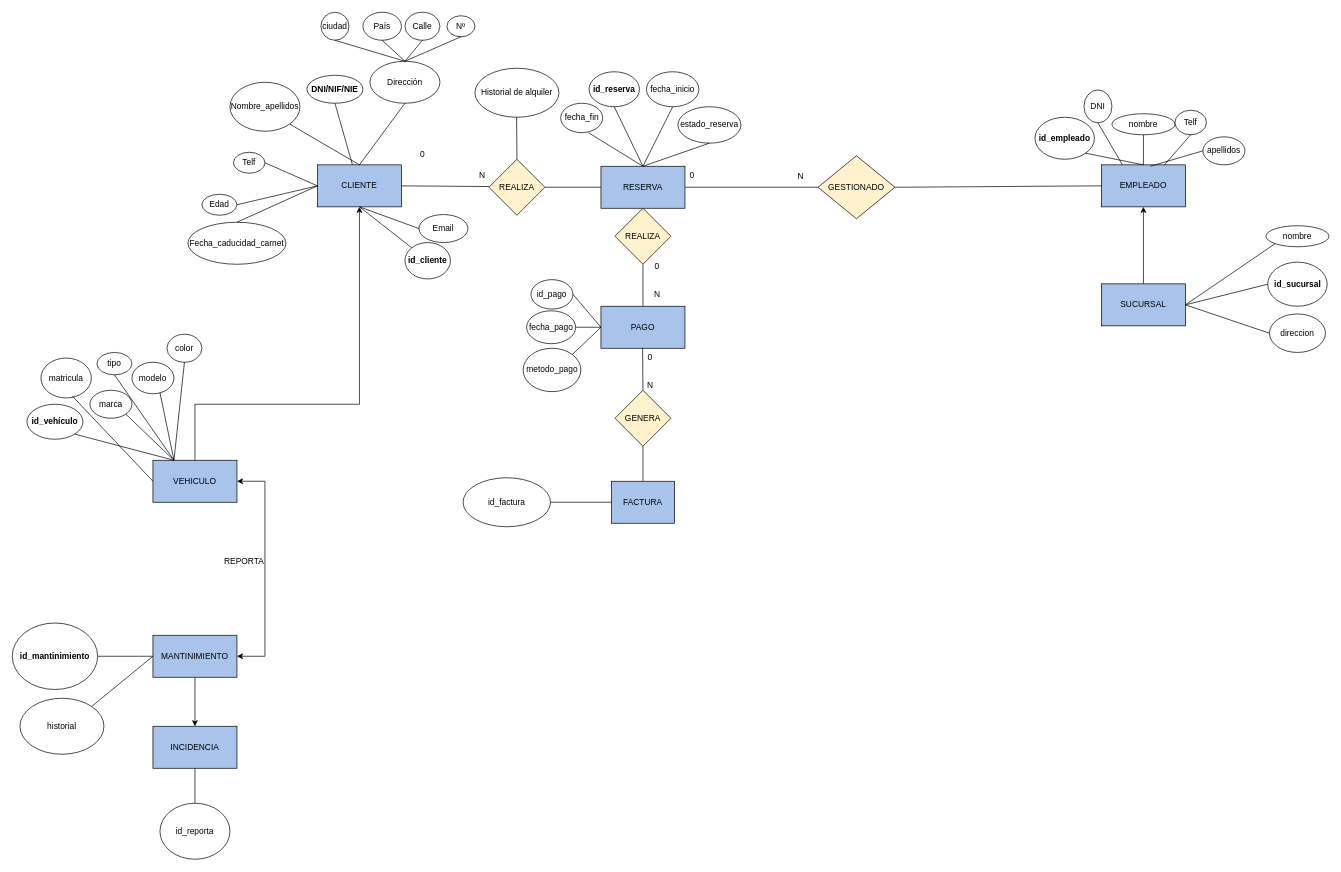
davidvn12/ProyectoBBDD_DAVID keeps this draw.io diagram as Proyecto bases de datos.drawio. Above is the earlier version. Source tidied: cells renumbered, new cells numbered last; positions are measured from the earlier drawing's top-left corner, leaving out a move shared by most shapes. Both pictures are drawn from the tidied source at 70%, with x=0, y=0 at pixel (12, 12).
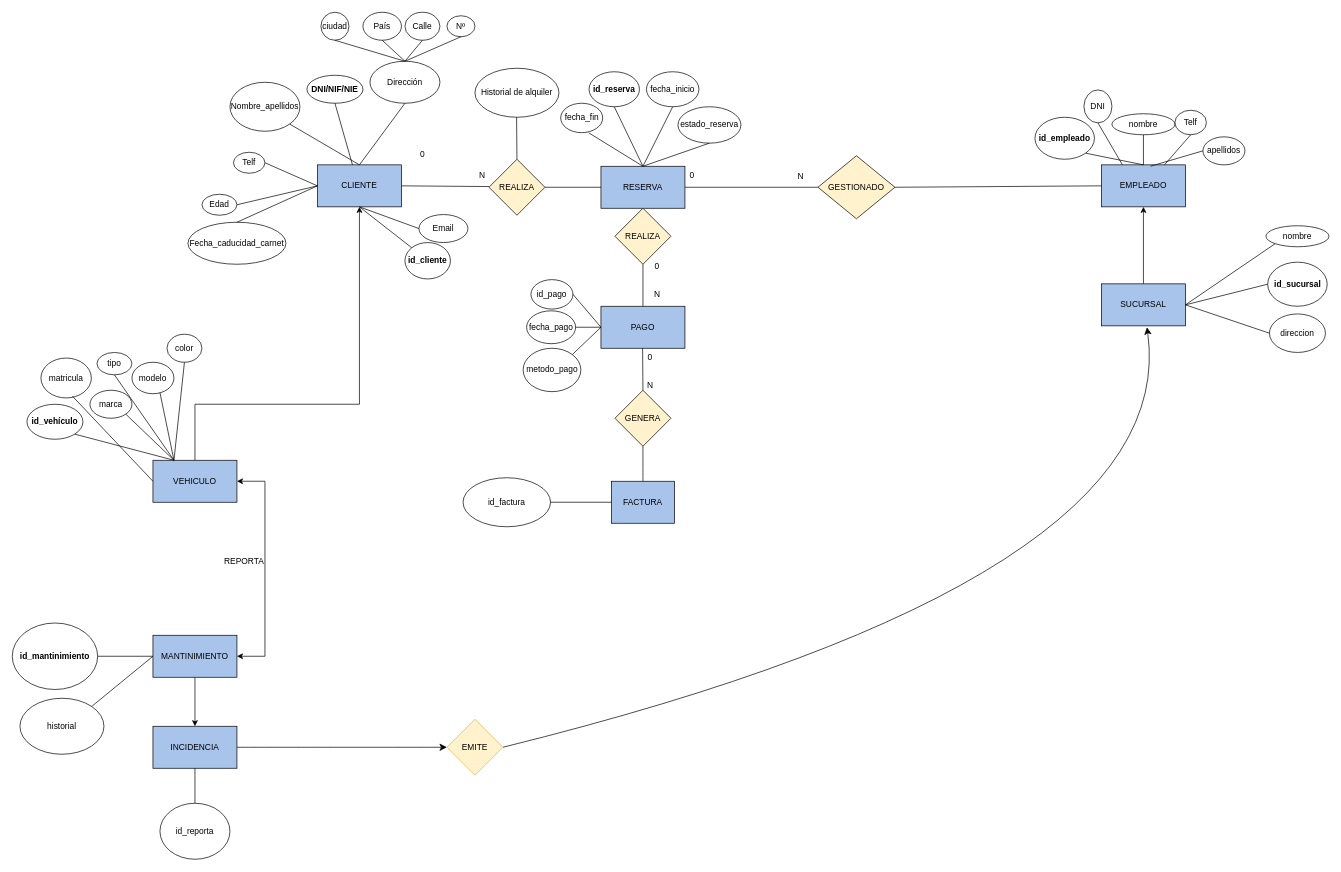
After the change.

Commit message:
Acabado el diagrama del modelo conceptual

Unchanged cells that the change refers to:
```xml
<mxCell id="87" value="INCIDENCIA" style="rounded=0;whiteSpace=wrap;html=1;fillColor=#A9C4EB;" parent="1" vertex="1">
  <mxGeometry x="201" y="1020" width="120" height="60" as="geometry" />
</mxCell>
```

What changed in the source:
```diff
@@
+    <mxCell id="111" style="edgeStyle=none;curved=1;rounded=0;jettySize=auto;html=1;exitX=1;exitY=0.5;exitDx=0;exitDy=0;entryX=0;entryY=0.5;entryDx=0;entryDy=0;fontSize=12;startSize=8;endSize=8;" parent="1" edge="1" source="87" target="113">
+      <mxGeometry relative="1" as="geometry" />
+    </mxCell>
@@
+    <mxCell id="112" style="edgeStyle=none;curved=1;rounded=0;jettySize=auto;html=1;exitX=1;exitY=0.5;exitDx=0;exitDy=0;fontSize=12;startSize=8;endSize=8;" parent="1" edge="1" source="113">
+      <mxGeometry relative="1" as="geometry">
+        <mxPoint x="1621" y="450" as="targetPoint" />
+        <Array as="points">
+          <mxPoint x="1671" y="810" />
+        </Array>
+      </mxGeometry>
+    </mxCell>
+    <mxCell id="113" value="EMITE" style="rhombus;whiteSpace=wrap;html=1;fillColor=#fff2cc;strokeColor=#d6b656;" parent="1" vertex="1">
+      <mxGeometry x="621" y="1010" width="80" height="80" as="geometry" />
+    </mxCell>
```
